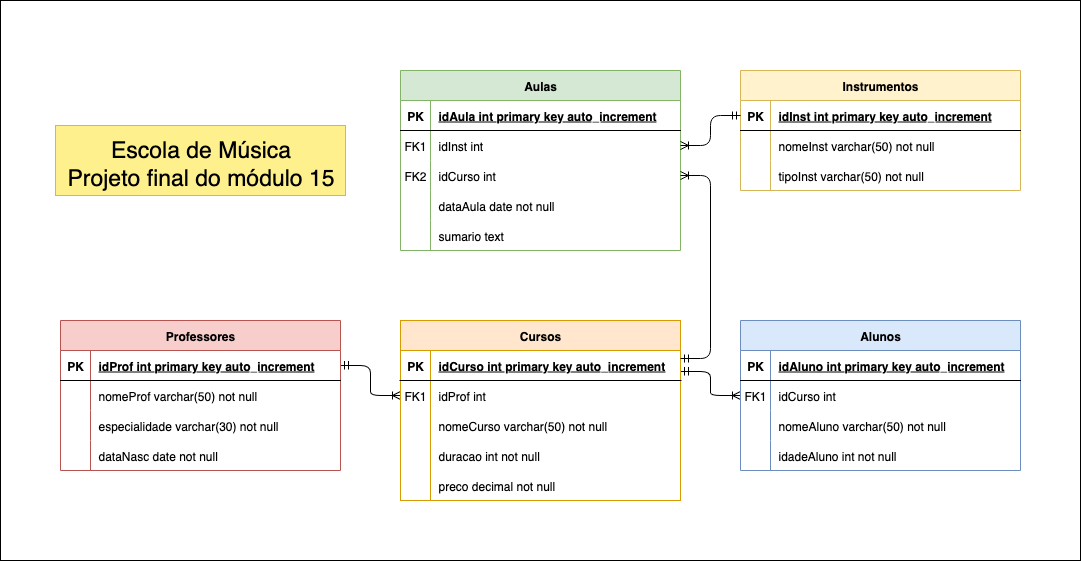
This is Escola de Música - DER.drawio.png from peachiu/musicschool, a draw.io export, as it was before one commit. Source tidied: cells renumbered, new cells last; positions are measured from the earlier drawing's top-left corner, leaving out a move shared by most shapes.
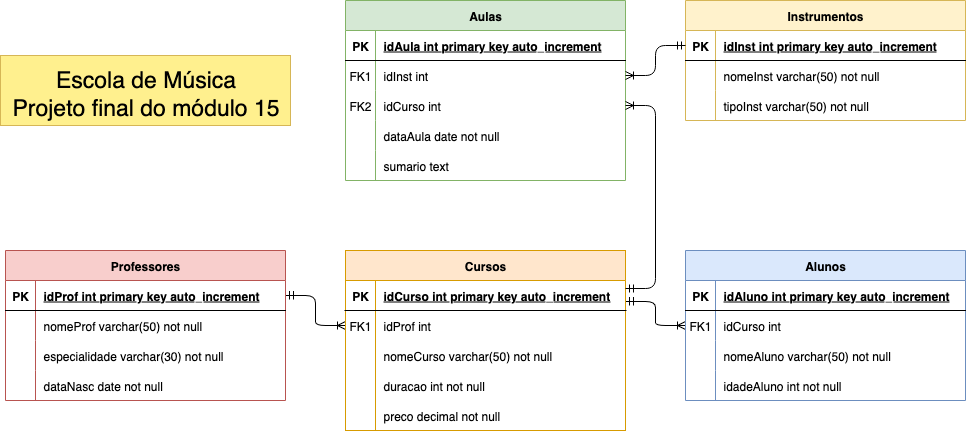
After the commit.

Diff of the diagram source:
```diff
@@ -2,9 +2,6 @@
   <root>
     <mxCell id="0" />
     <mxCell id="1" parent="0" />
-    <mxCell id="2" style="rounded=0;whiteSpace=wrap;html=1;" parent="1" vertex="1">
-      <mxGeometry width="1080" height="560" as="geometry" />
-    </mxCell>
     <mxCell id="3" style="edgeStyle=entityRelationEdgeStyle;endArrow=ERoneToMany;startArrow=ERmandOne;endFill=0;startFill=0;" parent="1" edge="1" source="35" target="9">
       <mxGeometry relative="1" as="geometry" />
     </mxCell>
```
